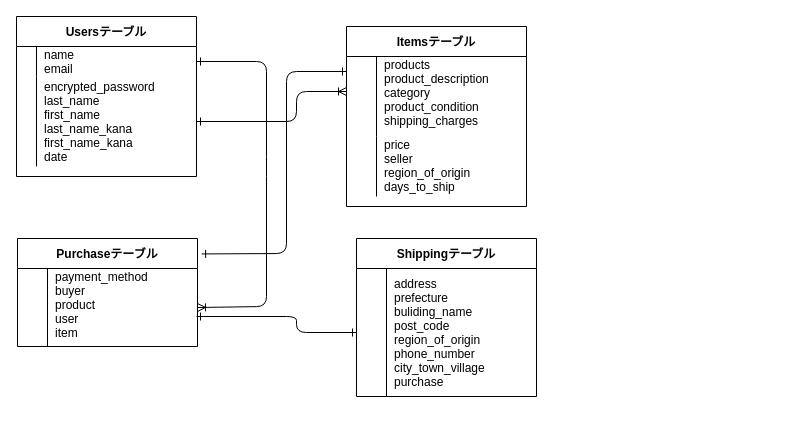
Earlier version of the draw.io diagram bin/er.dio (syun031/furima-39700). Source tidied: cells renumbered, new cells numbered last; positions are measured from the earlier drawing's top-left corner, leaving out a move shared by most shapes. Both pictures are drawn from the tidied source at 100%, with x=0, y=0 at pixel (16, 16).
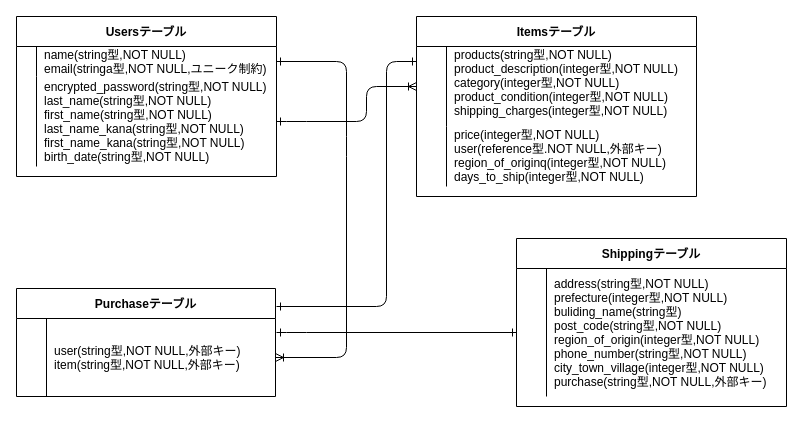
The same diagram, later.

Change to the diagram source:
```diff
@@
     <mxCell id="2" value="Usersテーブル" style="shape=table;startSize=30;childLayout=tableLayout;rowLines=0;fontStyle=1;align=center;" parent="1" vertex="1">
-      <mxGeometry width="180" height="160" as="geometry" />
+      <mxGeometry width="260" height="160" as="geometry" />
     </mxCell>
     <mxCell id="3" style="shape=tableRow;horizontal=0;startSize=0;swimlaneHead=0;swimlaneBody=0;fillColor=none;points=[[0,0.5],[1,0.5]];portConstraint=eastwest;top=0;left=0;right=0;bottom=0;" parent="2" vertex="1">
-      <mxGeometry y="30" width="180" height="30" as="geometry" />
+      <mxGeometry y="30" width="260" height="30" as="geometry" />
     </mxCell>
@@
-    <mxCell id="5" value="name&#10;email" style="shape=partialRectangle;fillColor=none;top=0;left=0;bottom=0;right=0;align=left;spacingLeft=6;overflow=hidden;" parent="3" vertex="1">
-      <mxGeometry x="20" width="160" height="30" as="geometry" />
+    <mxCell id="5" value="name(string型,NOT NULL)&#10;email(stringa型,NOT NULL,ユニーク制約)" style="shape=partialRectangle;fillColor=none;top=0;left=0;bottom=0;right=0;align=left;spacingLeft=6;overflow=hidden;" parent="3" vertex="1">
+      <mxGeometry x="20" width="240" height="30" as="geometry" />
     </mxCell>
     <mxCell id="6" style="shape=tableRow;horizontal=0;startSize=0;swimlaneHead=0;swimlaneBody=0;fillColor=none;points=[[0,0.5],[1,0.5]];portConstraint=eastwest;top=0;left=0;right=0;bottom=0;" parent="2" vertex="1">
-      <mxGeometry y="60" width="180" height="90" as="geometry" />
+      <mxGeometry y="60" width="260" height="90" as="geometry" />
     </mxCell>
@@
-    <mxCell id="8" value="encrypted_password&#10;last_name&#10;first_name&#10;last_name_kana&#10;first_name_kana&#10;date" style="shape=partialRectangle;fillColor=none;top=0;left=0;bottom=0;right=0;align=left;spacingLeft=6;overflow=hidden;" parent="6" vertex="1">
-      <mxGeometry x="20" width="160" height="90" as="geometry" />
+    <mxCell id="8" value="encrypted_password(string型,NOT NULL)&#10;last_name(string型,NOT NULL)&#10;first_name(string型,NOT NULL)&#10;last_name_kana(string型,NOT NULL)&#10;first_name_kana(string型,NOT NULL)&#10;birth_date(string型,NOT NULL)" style="shape=partialRectangle;fillColor=none;top=0;left=0;bottom=0;right=0;align=left;spacingLeft=6;overflow=hidden;" parent="6" vertex="1">
+      <mxGeometry x="20" width="240" height="90" as="geometry" />
     </mxCell>
-    <mxCell id="9" style="edgeStyle=none;html=1;exitX=0;exitY=0.25;exitDx=0;exitDy=0;startArrow=ERone;startFill=0;endArrow=ERone;endFill=0;entryX=1.023;entryY=0.143;entryDx=0;entryDy=0;entryPerimeter=0;" parent="1" edge="1" source="10" target="18">
+    <mxCell id="9" style="edgeStyle=none;html=1;exitX=0;exitY=0.25;exitDx=0;exitDy=0;startArrow=ERone;startFill=0;endArrow=ERone;endFill=0;" parent="1" edge="1" source="10">
       <mxGeometry relative="1" as="geometry">
+        <mxPoint x="260" y="290" as="targetPoint" />
         <Array as="points">
-          <mxPoint x="270" y="55" />
-          <mxPoint x="270" y="237" />
+          <mxPoint x="370" y="45" />
+          <mxPoint x="370" y="290" />
         </Array>
       </mxGeometry>
     </mxCell>
     <mxCell id="10" value="Itemsテーブル" style="shape=table;startSize=30;childLayout=tableLayout;rowLines=0;fontStyle=1;align=center;" parent="1" vertex="1">
-      <mxGeometry x="330" y="10" width="180" height="180" as="geometry" />
+      <mxGeometry x="400" width="280" height="180" as="geometry" />
     </mxCell>
     <mxCell id="11" style="shape=tableRow;horizontal=0;startSize=0;swimlaneHead=0;swimlaneBody=0;fillColor=none;points=[[0,0.5],[1,0.5]];portConstraint=eastwest;top=0;left=0;right=0;bottom=0;swimlaneLine=1;" parent="10" vertex="1">
-      <mxGeometry y="30" width="180" height="80" as="geometry" />
+      <mxGeometry y="30" width="280" height="80" as="geometry" />
     </mxCell>
@@
-    <mxCell id="13" value="products&#10;product_description&#10;category&#10;product_condition&#10;shipping_charges&#10;" style="shape=partialRectangle;fillColor=none;top=0;left=0;bottom=0;right=0;align=left;spacingLeft=6;overflow=hidden;" parent="11" vertex="1">
-      <mxGeometry x="30" width="150" height="80" as="geometry" />
+    <mxCell id="13" value="products(string型,NOT NULL)&#10;product_description(integer型,NOT NULL)&#10;category(integer型,NOT NULL)&#10;product_condition(integer型,NOT NULL)&#10;shipping_charges(integer型,NOT NULL)&#10;" style="shape=partialRectangle;fillColor=none;top=0;left=0;bottom=0;right=0;align=left;spacingLeft=6;overflow=hidden;" parent="11" vertex="1">
+      <mxGeometry x="30" width="250" height="80" as="geometry" />
     </mxCell>
     <mxCell id="14" style="shape=tableRow;horizontal=0;startSize=0;swimlaneHead=0;swimlaneBody=0;fillColor=none;points=[[0,0.5],[1,0.5]];portConstraint=eastwest;top=0;left=0;right=0;bottom=0;" parent="10" vertex="1">
-      <mxGeometry y="110" width="180" height="60" as="geometry" />
+      <mxGeometry y="110" width="280" height="60" as="geometry" />
     </mxCell>
@@
-    <mxCell id="16" value="price&#10;seller&#10;region_of_origin&#10;days_to_ship&#10;" style="shape=partialRectangle;fillColor=none;top=0;left=0;bottom=0;right=0;align=left;spacingLeft=6;overflow=hidden;" parent="14" vertex="1">
-      <mxGeometry x="30" width="150" height="60" as="geometry" />
+    <mxCell id="16" value="price(integer型,NOT NULL)&#10;user(reference型.NOT NULL,外部キー)&#10;region_of_originq(integer型,NOT NULL)&#10;days_to_ship(integer型,NOT NULL)&#10;" style="shape=partialRectangle;fillColor=none;top=0;left=0;bottom=0;right=0;align=left;spacingLeft=6;overflow=hidden;" parent="14" vertex="1">
+      <mxGeometry x="30" width="250" height="60" as="geometry" />
     </mxCell>
@@
     <mxCell id="18" value="Purchaseテーブル" style="shape=table;startSize=30;childLayout=tableLayout;rowLines=0;fontStyle=1;align=center;" parent="1" vertex="1">
-      <mxGeometry x="1" y="222" width="180" height="108" as="geometry" />
+      <mxGeometry y="272" width="259" height="108" as="geometry" />
     </mxCell>
     <mxCell id="19" style="shape=tableRow;horizontal=0;startSize=0;swimlaneHead=0;swimlaneBody=0;fillColor=none;points=[[0,0.5],[1,0.5]];portConstraint=eastwest;top=0;left=0;right=0;bottom=0;" parent="18" vertex="1">
-      <mxGeometry y="30" width="180" height="78" as="geometry" />
+      <mxGeometry y="30" width="259" height="78" as="geometry" />
     </mxCell>
@@
-    <mxCell id="21" value="payment_method&#10;buyer&#10;product&#10;user&#10;item&#10;" style="shape=partialRectangle;fillColor=none;top=0;left=0;bottom=0;right=0;align=left;spacingLeft=6;overflow=hidden;" parent="19" vertex="1">
-      <mxGeometry x="30" width="150" height="78" as="geometry" />
+    <mxCell id="21" value="user(string型,NOT NULL,外部キー)&#10;item(string型,NOT NULL,外部キー)" style="shape=partialRectangle;fillColor=none;top=0;left=0;bottom=0;right=0;align=left;spacingLeft=6;overflow=hidden;" parent="19" vertex="1">
+      <mxGeometry x="30" width="229" height="78" as="geometry" />
     </mxCell>
     <mxCell id="22" value="Shippingテーブル" style="shape=table;startSize=30;childLayout=tableLayout;rowLines=0;fontStyle=1;align=center;" parent="1" vertex="1">
-      <mxGeometry x="340" y="222" width="180" height="158" as="geometry" />
+      <mxGeometry x="500" y="222" width="270" height="168" as="geometry" />
     </mxCell>
     <mxCell id="23" style="shape=tableRow;horizontal=0;startSize=0;swimlaneHead=0;swimlaneBody=0;fillColor=none;points=[[0,0.5],[1,0.5]];portConstraint=eastwest;top=0;left=0;right=0;bottom=0;" parent="22" vertex="1">
-      <mxGeometry y="30" width="180" height="128" as="geometry" />
+      <mxGeometry y="30" width="270" height="128" as="geometry" />
     </mxCell>
@@
-    <mxCell id="25" value="address&#10;prefecture&#10;buliding_name&#10;post_code&#10;region_of_origin&#10;phone_number&#10;city_town_village&#10;purchase" style="shape=partialRectangle;fillColor=none;top=0;left=0;bottom=0;right=0;align=left;spacingLeft=6;overflow=hidden;" parent="23" vertex="1">
-      <mxGeometry x="30" width="150" height="128" as="geometry" />
+    <mxCell id="25" value="address(string型,NOT NULL)&#10;prefecture(integer型,NOT NULL)&#10;buliding_name(string型)&#10;post_code(string型,NOT NULL)&#10;region_of_origin(integer型,NOT NULL)&#10;phone_number(string型,NOT NULL)&#10;city_town_village(integer型,NOT NULL)&#10;purchase(string型,NOT NULL,外部キー)" style="shape=partialRectangle;fillColor=none;top=0;left=0;bottom=0;right=0;align=left;spacingLeft=6;overflow=hidden;" parent="23" vertex="1">
+      <mxGeometry x="30" width="240" height="128" as="geometry" />
     </mxCell>
-    <mxCell id="26" style="edgeStyle=none;html=1;exitX=1;exitY=0.5;exitDx=0;exitDy=0;startArrow=ERone;startFill=0;endArrow=ERoneToMany;endFill=0;" parent="1" edge="1" source="6">
+    <mxCell id="26" style="edgeStyle=none;html=1;exitX=1;exitY=0.5;exitDx=0;exitDy=0;startArrow=ERone;startFill=0;endArrow=ERoneToMany;endFill=0;entryX=0;entryY=0.5;entryDx=0;entryDy=0;" parent="1" edge="1" source="6" target="11">
       <mxGeometry relative="1" as="geometry">
-        <mxPoint x="330" y="75" as="targetPoint" />
         <Array as="points">
           <mxPoint x="280" y="105" />
-          <mxPoint x="280" y="75" />
+          <mxPoint x="350" y="105" />
+          <mxPoint x="350" y="70" />
         </Array>
       </mxGeometry>
     </mxCell>
     <mxCell id="27" style="edgeStyle=none;html=1;exitX=1;exitY=0.5;exitDx=0;exitDy=0;startArrow=ERone;startFill=0;endArrow=ERoneToMany;endFill=0;entryX=1;entryY=0.5;entryDx=0;entryDy=0;" parent="1" edge="1" source="3" target="19">
       <mxGeometry relative="1" as="geometry">
         <Array as="points">
-          <mxPoint x="250" y="45" />
-          <mxPoint x="250" y="150" />
-          <mxPoint x="250" y="290" />
+          <mxPoint x="330" y="45" />
+          <mxPoint x="330" y="130" />
+          <mxPoint x="330" y="341" />
         </Array>
       </mxGeometry>
     </mxCell>
     <mxCell id="28" style="edgeStyle=none;html=1;exitX=0;exitY=0.5;exitDx=0;exitDy=0;startArrow=ERone;startFill=0;endArrow=ERone;endFill=0;" parent="1" edge="1" source="23">
       <mxGeometry relative="1" as="geometry">
-        <mxPoint x="180" y="300" as="targetPoint" />
+        <mxPoint x="260" y="316" as="targetPoint" />
         <Array as="points">
           <mxPoint x="280" y="316" />
-          <mxPoint x="280" y="300" />
         </Array>
       </mxGeometry>
     </mxCell>
```
